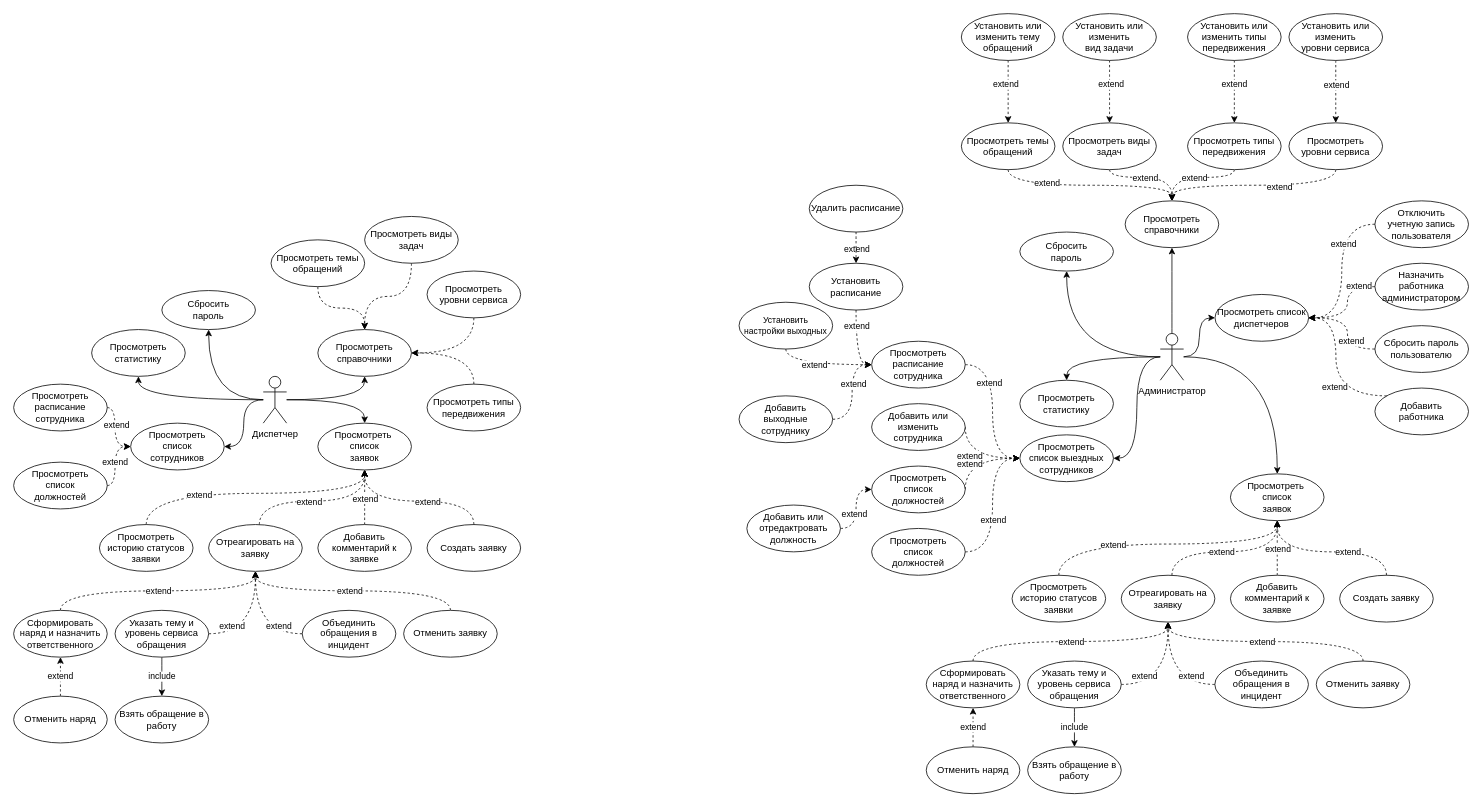
Above: usecase.drawio in iamquoz/essen (draw.io), before the change. Source tidied: cells renumbered, new cells numbered last; positions are measured from the earlier drawing's top-left corner, leaving out a move shared by most shapes. Both pictures are drawn from the tidied source at 78%, with x=0, y=0 at pixel (13, 13).
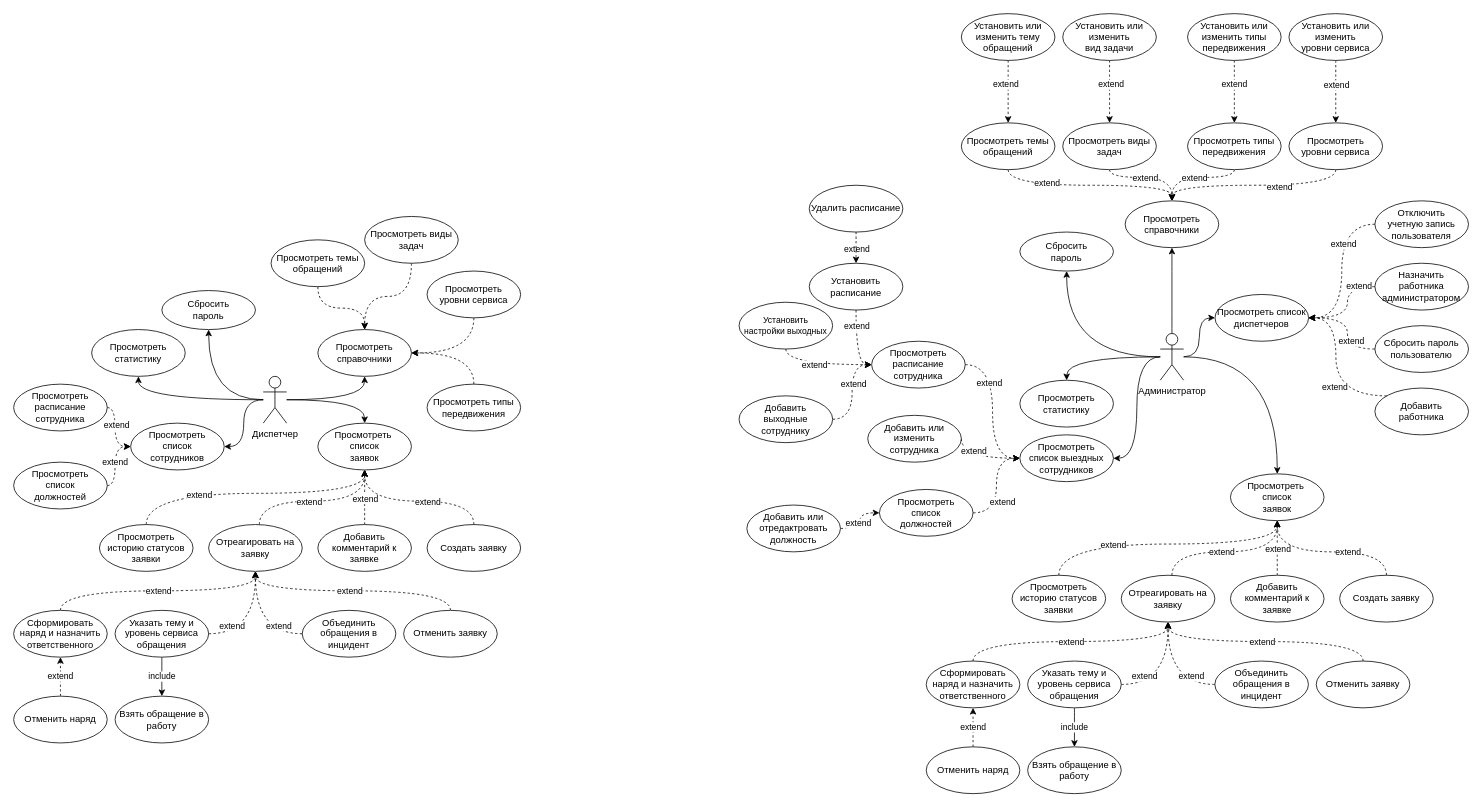
After the change.

The change refers to these unchanged cells:
```xml
<mxCell id="86" value="Просмотреть &lt;br&gt;список выездных&lt;br&gt;сотрудников" style="ellipse;whiteSpace=wrap;html=1;verticalAlign=middle;" parent="1" vertex="1">
  <mxGeometry x="1290" y="540" width="120" height="60" as="geometry" />
</mxCell>
```

The edit, as a diff of the source:
```diff
@@
-    <mxCell id="87" style="edgeStyle=orthogonalEdgeStyle;shape=connector;curved=1;rounded=0;jettySize=auto;html=1;entryX=0;entryY=0.5;entryDx=0;entryDy=0;labelBackgroundColor=default;strokeColor=default;fontFamily=Helvetica;fontSize=11;fontColor=default;endArrow=classic;dashed=1;" parent="1" edge="1" source="89" target="86">
-      <mxGeometry relative="1" as="geometry" />
-    </mxCell>
-    <mxCell id="88" value="extend" style="edgeLabel;html=1;align=center;verticalAlign=middle;fontSize=11;fontFamily=Helvetica;fontColor=default;" parent="87" vertex="1">
-      <mxGeometry x="-0.19" relative="1" as="geometry" />
-    </mxCell>
-    <mxCell id="89" value="Просмотреть &lt;br&gt;список &lt;br&gt;должностей" style="ellipse;whiteSpace=wrap;html=1;verticalAlign=middle;" parent="1" vertex="1">
-      <mxGeometry x="1100" y="660" width="120" height="60" as="geometry" />
-    </mxCell>
@@
-    <mxCell id="131" style="edgeStyle=orthogonalEdgeStyle;shape=connector;curved=1;rounded=0;jettySize=auto;html=1;entryX=0;entryY=0.5;entryDx=0;entryDy=0;dashed=1;labelBackgroundColor=default;strokeColor=default;fontFamily=Helvetica;fontSize=11;fontColor=default;endArrow=classic;" parent="1" edge="1" source="133" target="86">
+    <mxCell id="131" style="edgeStyle=orthogonalEdgeStyle;shape=connector;curved=1;rounded=0;jettySize=auto;html=1;entryX=0;entryY=0.5;entryDx=0;entryDy=0;dashed=1;labelBackgroundColor=default;strokeColor=default;fontFamily=Helvetica;fontSize=11;fontColor=default;endArrow=classic;exitX=1;exitY=0.5;exitDx=0;exitDy=0;" parent="1" edge="1" source="133" target="86">
       <mxGeometry relative="1" as="geometry">
         <Array as="points">
-          <mxPoint x="1220" y="570" />
+          <mxPoint x="1215" y="570" />
         </Array>
       </mxGeometry>
     </mxCell>
     <mxCell id="132" value="extend" style="edgeLabel;html=1;align=center;verticalAlign=middle;fontSize=11;fontFamily=Helvetica;fontColor=default;" parent="131" vertex="1">
       <mxGeometry x="-0.56" y="-2" relative="1" as="geometry">
-        <mxPoint x="7" y="12" as="offset" />
+        <mxPoint x="17" y="-7" as="offset" />
       </mxGeometry>
     </mxCell>
     <mxCell id="133" value="Добавить или изменить сотрудника" style="ellipse;whiteSpace=wrap;html=1;verticalAlign=middle;" parent="1" vertex="1">
-      <mxGeometry x="1100" y="500" width="120" height="60" as="geometry" />
+      <mxGeometry x="1095" y="515" width="120" height="60" as="geometry" />
     </mxCell>
-    <mxCell id="134" style="edgeStyle=orthogonalEdgeStyle;shape=connector;curved=1;rounded=0;jettySize=auto;html=1;entryX=0;entryY=0.5;entryDx=0;entryDy=0;labelBackgroundColor=default;strokeColor=default;fontFamily=Helvetica;fontSize=11;fontColor=default;endArrow=classic;dashed=1;" parent="1" edge="1" source="138" target="86">
+    <mxCell id="134" style="edgeStyle=orthogonalEdgeStyle;shape=connector;curved=1;rounded=0;jettySize=auto;html=1;entryX=0;entryY=0.5;entryDx=0;entryDy=0;labelBackgroundColor=default;strokeColor=default;fontFamily=Helvetica;fontSize=11;fontColor=default;endArrow=classic;dashed=1;exitX=1;exitY=0.5;exitDx=0;exitDy=0;" parent="1" edge="1" source="138" target="86">
       <mxGeometry relative="1" as="geometry">
         <Array as="points">
-          <mxPoint x="1220" y="570" />
+          <mxPoint x="1260" y="640" />
+          <mxPoint x="1260" y="570" />
         </Array>
       </mxGeometry>
     </mxCell>
@@
     <mxCell id="138" value="Просмотреть &lt;br&gt;список &lt;br&gt;должностей" style="ellipse;whiteSpace=wrap;html=1;verticalAlign=middle;" parent="1" vertex="1">
-      <mxGeometry x="1100" y="580" width="120" height="60" as="geometry" />
+      <mxGeometry x="1110" y="610" width="120" height="60" as="geometry" />
     </mxCell>
```
